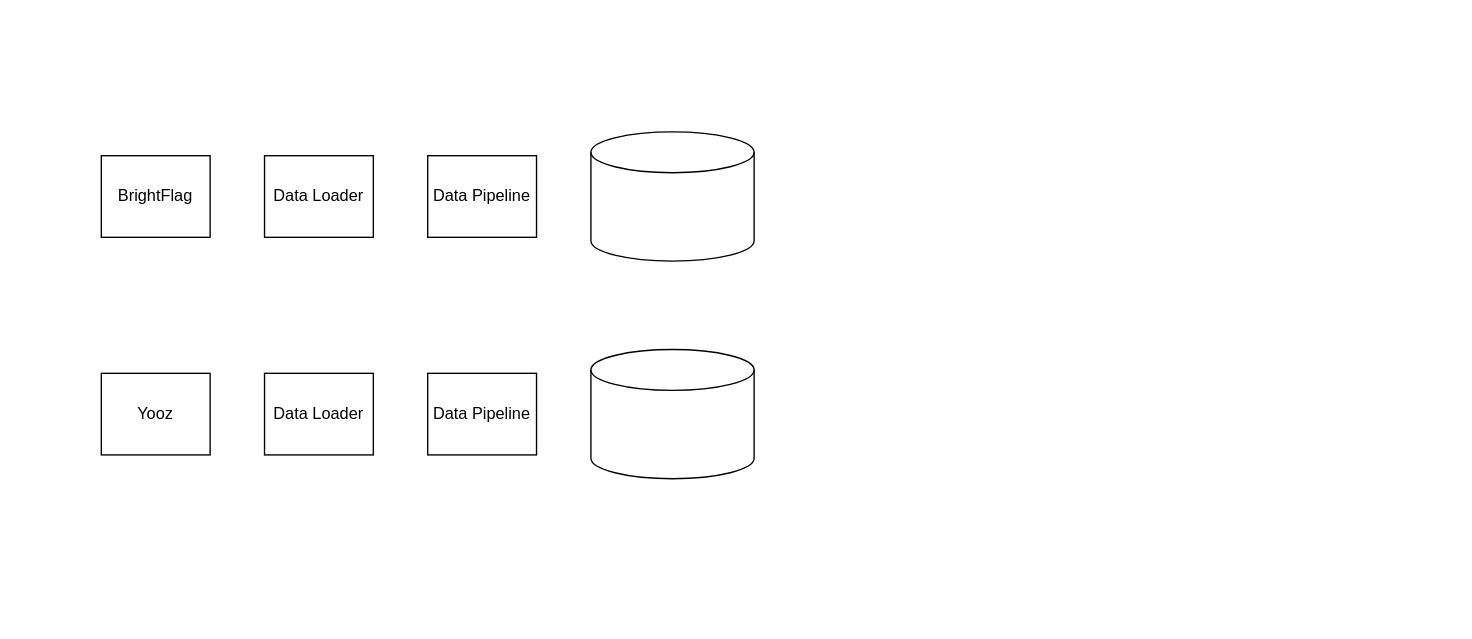
Earlier version of the draw.io diagram BrightFlag architecture.drawio (bflexion/diagrams). Source tidied: cells renumbered, new cells numbered last; positions are measured from the earlier drawing's top-left corner, leaving out a move shared by most shapes. Both pictures are drawn from the tidied source at 136%, with x=0, y=0 at pixel (101, 131).
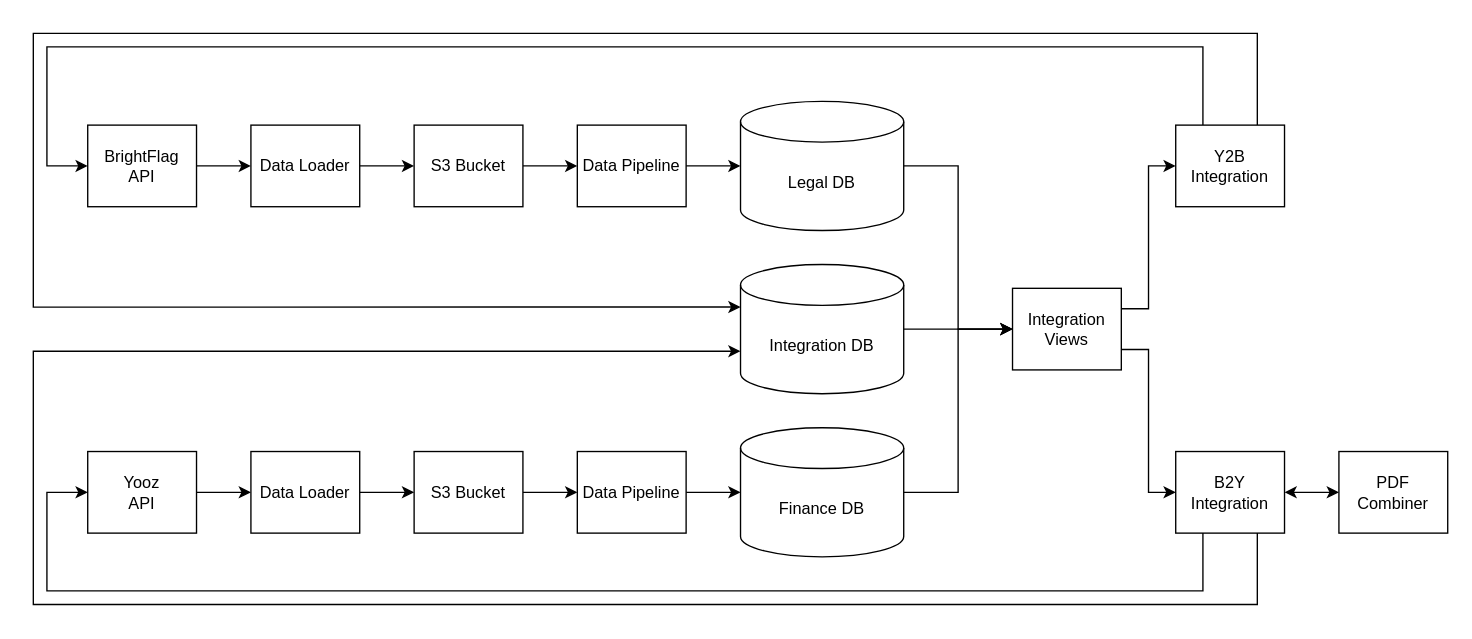
The same page after the edit.

Diff of the diagram source:
```diff
@@
+    <mxCell id="10" style="edgeStyle=orthogonalEdgeStyle;rounded=0;jettySize=auto;html=1;" parent="1" edge="1" source="2" target="6">
+      <mxGeometry relative="1" as="geometry" />
+    </mxCell>
-    <mxCell id="2" value="BrightFlag" style="rounded=0;whiteSpace=wrap;html=1;" parent="1" vertex="1">
-      <mxGeometry y="18" width="80" height="60" as="geometry" />
+    <mxCell id="2" value="BrightFlag&lt;br&gt;API" style="rounded=0;whiteSpace=wrap;html=1;" parent="1" vertex="1">
+      <mxGeometry x="-10" y="-4.5" width="80" height="60" as="geometry" />
     </mxCell>
+    <mxCell id="11" style="edgeStyle=orthogonalEdgeStyle;rounded=0;jettySize=auto;html=1;" parent="1" edge="1" source="3" target="7">
+      <mxGeometry relative="1" as="geometry" />
+    </mxCell>
-    <mxCell id="3" value="Yooz" style="rounded=0;whiteSpace=wrap;html=1;" parent="1" vertex="1">
-      <mxGeometry y="178" width="80" height="60" as="geometry" />
+    <mxCell id="3" value="Yooz&lt;div&gt;API&lt;/div&gt;" style="rounded=0;whiteSpace=wrap;html=1;" parent="1" vertex="1">
+      <mxGeometry x="-10" y="235.5" width="80" height="60" as="geometry" />
     </mxCell>
-    <mxCell id="4" style="shape=cylinder3;whiteSpace=wrap;html=1;boundedLbl=1;backgroundOutline=1;size=15;" parent="1" vertex="1">
-      <mxGeometry x="360" y="0.5" width="120" height="95" as="geometry" />
+    <mxCell id="4" value="Legal DB" style="shape=cylinder3;whiteSpace=wrap;html=1;boundedLbl=1;backgroundOutline=1;size=15;" parent="1" vertex="1">
+      <mxGeometry x="470" y="-22" width="120" height="95" as="geometry" />
     </mxCell>
-    <mxCell id="5" style="shape=cylinder3;whiteSpace=wrap;html=1;boundedLbl=1;backgroundOutline=1;size=15;" parent="1" vertex="1">
-      <mxGeometry x="360" y="160.5" width="120" height="95" as="geometry" />
+    <mxCell id="5" value="Integration DB" style="shape=cylinder3;whiteSpace=wrap;html=1;boundedLbl=1;backgroundOutline=1;size=15;" parent="1" vertex="1">
+      <mxGeometry x="470" y="98" width="120" height="95" as="geometry" />
     </mxCell>
+    <mxCell id="12" style="edgeStyle=orthogonalEdgeStyle;rounded=0;jettySize=auto;html=1;" parent="1" edge="1" source="6" target="17">
+      <mxGeometry relative="1" as="geometry" />
+    </mxCell>
     <mxCell id="6" value="Data Loader" style="rounded=0;whiteSpace=wrap;html=1;" parent="1" vertex="1">
-      <mxGeometry x="120" y="18" width="80" height="60" as="geometry" />
+      <mxGeometry x="110" y="-4.5" width="80" height="60" as="geometry" />
     </mxCell>
+    <mxCell id="13" style="edgeStyle=orthogonalEdgeStyle;rounded=0;jettySize=auto;html=1;" parent="1" edge="1" source="7" target="19">
+      <mxGeometry relative="1" as="geometry" />
+    </mxCell>
     <mxCell id="7" value="Data Loader" style="rounded=0;whiteSpace=wrap;html=1;" parent="1" vertex="1">
-      <mxGeometry x="120" y="178" width="80" height="60" as="geometry" />
+      <mxGeometry x="110" y="235.5" width="80" height="60" as="geometry" />
     </mxCell>
     <mxCell id="8" value="Data Pipeline" style="rounded=0;whiteSpace=wrap;html=1;" parent="1" vertex="1">
-      <mxGeometry x="240" y="18" width="80" height="60" as="geometry" />
+      <mxGeometry x="350" y="-4.5" width="80" height="60" as="geometry" />
     </mxCell>
+    <mxCell id="14" style="edgeStyle=orthogonalEdgeStyle;rounded=0;jettySize=auto;html=1;" parent="1" edge="1" source="9" target="15">
+      <mxGeometry relative="1" as="geometry" />
+    </mxCell>
     <mxCell id="9" value="Data Pipeline" style="rounded=0;whiteSpace=wrap;html=1;" parent="1" vertex="1">
-      <mxGeometry x="240" y="178" width="80" height="60" as="geometry" />
+      <mxGeometry x="350" y="235.5" width="80" height="60" as="geometry" />
     </mxCell>
+    <mxCell id="15" value="Finance DB" style="shape=cylinder3;whiteSpace=wrap;html=1;boundedLbl=1;backgroundOutline=1;size=15;" parent="1" vertex="1">
+      <mxGeometry x="470" y="218" width="120" height="95" as="geometry" />
+    </mxCell>
+    <mxCell id="16" style="edgeStyle=orthogonalEdgeStyle;rounded=0;jettySize=auto;html=1;" parent="1" edge="1" source="17" target="8">
+      <mxGeometry relative="1" as="geometry" />
+    </mxCell>
+    <mxCell id="17" value="S3 Bucket" style="rounded=0;whiteSpace=wrap;html=1;" parent="1" vertex="1">
+      <mxGeometry x="230" y="-4.5" width="80" height="60" as="geometry" />
+    </mxCell>
+    <mxCell id="18" style="edgeStyle=orthogonalEdgeStyle;rounded=0;jettySize=auto;html=1;" parent="1" edge="1" source="19" target="9">
+      <mxGeometry relative="1" as="geometry" />
+    </mxCell>
+    <mxCell id="19" value="S3 Bucket" style="rounded=0;whiteSpace=wrap;html=1;" parent="1" vertex="1">
+      <mxGeometry x="230" y="235.5" width="80" height="60" as="geometry" />
+    </mxCell>
+    <mxCell id="20" value="Integration&lt;div&gt;Views&lt;/div&gt;" style="rounded=0;whiteSpace=wrap;html=1;" parent="1" vertex="1">
+      <mxGeometry x="670" y="115.5" width="80" height="60" as="geometry" />
+    </mxCell>
+    <mxCell id="21" style="endArrow=classic;html=1;rounded=0;exitX=1;exitY=0.5;exitDx=0;exitDy=0;entryX=0;entryY=0.5;entryDx=0;entryDy=0;entryPerimeter=0;" parent="1" edge="1" source="8" target="4">
+      <mxGeometry relative="1" as="geometry" />
+    </mxCell>
+    <mxCell id="22" style="endArrow=classic;html=1;rounded=0;entryX=0;entryY=0.5;entryDx=0;entryDy=0;exitX=1;exitY=0.5;exitDx=0;exitDy=0;exitPerimeter=0;edgeStyle=orthogonalEdgeStyle;" parent="1" edge="1" source="4" target="20">
+      <mxGeometry relative="1" as="geometry" />
+    </mxCell>
+    <mxCell id="23" style="endArrow=classic;html=1;rounded=0;exitX=1;exitY=0.5;exitDx=0;exitDy=0;exitPerimeter=0;entryX=0;entryY=0.5;entryDx=0;entryDy=0;" parent="1" edge="1" source="5" target="20">
+      <mxGeometry relative="1" as="geometry" />
+    </mxCell>
+    <mxCell id="24" style="endArrow=classic;html=1;rounded=0;exitX=1;exitY=0.5;exitDx=0;exitDy=0;exitPerimeter=0;entryX=0;entryY=0.5;entryDx=0;entryDy=0;edgeStyle=orthogonalEdgeStyle;" parent="1" edge="1" source="15" target="20">
+      <mxGeometry relative="1" as="geometry" />
+    </mxCell>
+    <mxCell id="25" value="PDF Combiner" style="rounded=0;whiteSpace=wrap;html=1;" parent="1" vertex="1">
+      <mxGeometry x="910" y="235.5" width="80" height="60" as="geometry" />
+    </mxCell>
+    <mxCell id="26" value="B2Y Integration" style="rounded=0;whiteSpace=wrap;html=1;" parent="1" vertex="1">
+      <mxGeometry x="790" y="235.5" width="80" height="60" as="geometry" />
+    </mxCell>
+    <mxCell id="27" value="Y2B Integration" style="rounded=0;whiteSpace=wrap;html=1;" parent="1" vertex="1">
+      <mxGeometry x="790" y="-4.5" width="80" height="60" as="geometry" />
+    </mxCell>
+    <mxCell id="28" style="endArrow=classic;html=1;rounded=0;exitX=1;exitY=0.75;exitDx=0;exitDy=0;entryX=0;entryY=0.5;entryDx=0;entryDy=0;edgeStyle=orthogonalEdgeStyle;" parent="1" edge="1" source="20" target="26">
+      <mxGeometry relative="1" as="geometry" />
+    </mxCell>
+    <mxCell id="29" style="endArrow=classic;html=1;rounded=0;exitX=1;exitY=0.25;exitDx=0;exitDy=0;entryX=0;entryY=0.5;entryDx=0;entryDy=0;edgeStyle=orthogonalEdgeStyle;" parent="1" edge="1" source="20" target="27">
+      <mxGeometry relative="1" as="geometry" />
+    </mxCell>
+    <mxCell id="30" style="endArrow=classic;html=1;rounded=0;exitX=0.25;exitY=1;exitDx=0;exitDy=0;entryX=0;entryY=0.5;entryDx=0;entryDy=0;edgeStyle=orthogonalEdgeStyle;" parent="1" edge="1" source="26" target="3">
+      <mxGeometry relative="1" as="geometry">
+        <Array as="points">
+          <mxPoint x="810" y="338" />
+          <mxPoint x="-40" y="338" />
+          <mxPoint x="-40" y="266" />
+        </Array>
+      </mxGeometry>
+    </mxCell>
+    <mxCell id="31" style="endArrow=classic;html=1;rounded=0;entryX=0;entryY=0;entryDx=0;entryDy=63.75;entryPerimeter=0;edgeStyle=orthogonalEdgeStyle;exitX=0.75;exitY=1;exitDx=0;exitDy=0;" parent="1" edge="1" source="26" target="5">
+      <mxGeometry relative="1" as="geometry">
+        <Array as="points">
+          <mxPoint x="850" y="348" />
+          <mxPoint x="-50" y="348" />
+          <mxPoint x="-50" y="162" />
+        </Array>
+      </mxGeometry>
+    </mxCell>
+    <mxCell id="32" style="endArrow=classic;html=1;rounded=0;exitX=0.25;exitY=0;exitDx=0;exitDy=0;entryX=0;entryY=0.5;entryDx=0;entryDy=0;edgeStyle=orthogonalEdgeStyle;" parent="1" edge="1" source="27" target="2">
+      <mxGeometry relative="1" as="geometry">
+        <Array as="points">
+          <mxPoint x="810" y="-62" />
+          <mxPoint x="-40" y="-62" />
+          <mxPoint x="-40" y="26" />
+        </Array>
+      </mxGeometry>
+    </mxCell>
+    <mxCell id="33" style="endArrow=classic;html=1;rounded=0;exitX=0.75;exitY=0;exitDx=0;exitDy=0;entryX=0;entryY=0;entryDx=0;entryDy=31.25;entryPerimeter=0;edgeStyle=orthogonalEdgeStyle;" parent="1" edge="1" source="27" target="5">
+      <mxGeometry relative="1" as="geometry">
+        <Array as="points">
+          <mxPoint x="850" y="-72" />
+          <mxPoint x="-50" y="-72" />
+          <mxPoint x="-50" y="129" />
+        </Array>
+      </mxGeometry>
+    </mxCell>
+    <mxCell id="34" style="endArrow=classic;startArrow=classic;html=1;rounded=0;entryX=0;entryY=0.5;entryDx=0;entryDy=0;exitX=1;exitY=0.5;exitDx=0;exitDy=0;" parent="1" edge="1" source="26" target="25">
+      <mxGeometry relative="1" as="geometry" />
+    </mxCell>
```
